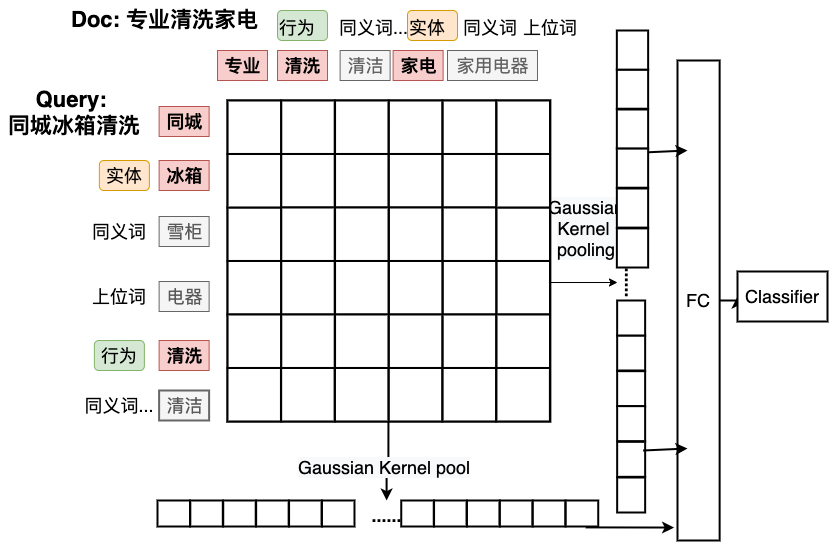
The draw.io diagram Untitled Diagram.png in gouxute/leetcode, before a commit. Source tidied: cells renumbered, new cells last; positions are measured from the earlier drawing's top-left corner, leaving out a move shared by most shapes.
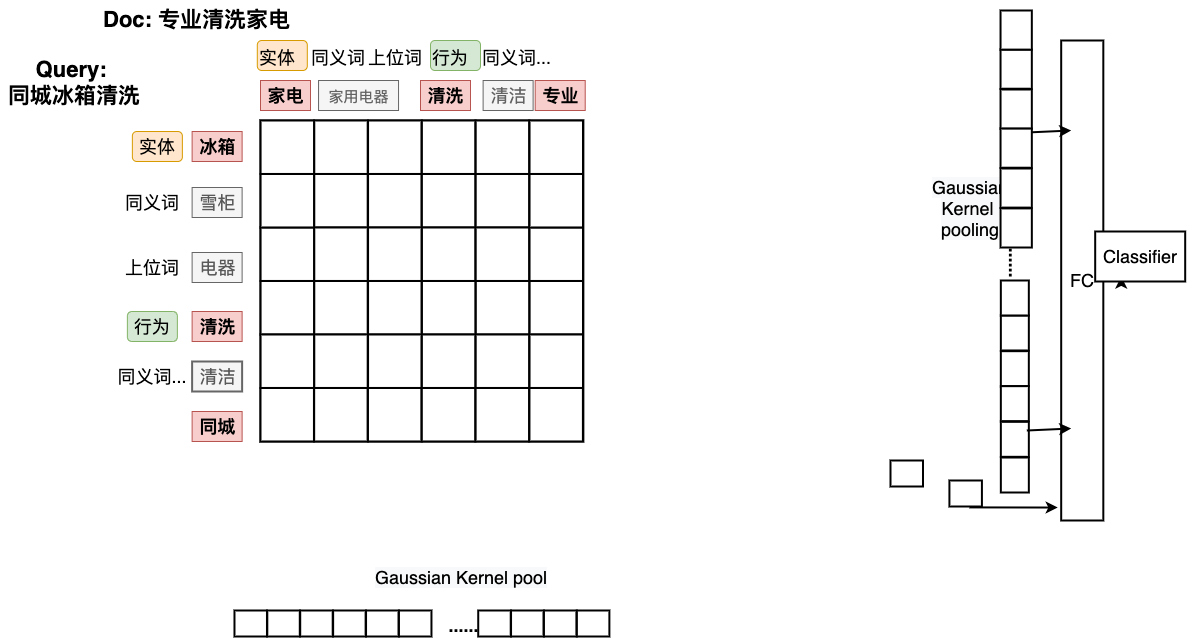
Later version of the same file.

Diff of the diagram source:
```diff
@@ -5,87 +5,83 @@
     <mxCell id="2" value="&lt;meta charset=&quot;utf-8&quot;&gt;&lt;span style=&quot;color: rgb(0, 0, 0); font-family: helvetica; font-size: 18px; font-style: normal; font-weight: 400; letter-spacing: normal; text-indent: 0px; text-transform: none; word-spacing: 0px; display: inline; float: none;&quot;&gt;实体&lt;/span&gt;" style="text;whiteSpace=wrap;html=1;fontSize=18;gradientDirection=north;rounded=1;labelBackgroundColor=none;align=center;verticalAlign=middle;fillColor=#ffe6cc;strokeColor=#d79b00;" parent="1" vertex="1">
-      <mxGeometry x="98.9" y="160" width="50" height="30" as="geometry" />
+      <mxGeometry x="98.9" y="111" width="50" height="30" as="geometry" />
     </mxCell>
     <mxCell id="3" value="&lt;span style=&quot;color: rgb(0, 0, 0); font-family: helvetica; font-size: 18px; font-style: normal; font-weight: 400; letter-spacing: normal; text-indent: 0px; text-transform: none; word-spacing: 0px; display: inline; float: none;&quot;&gt;上位词&lt;/span&gt;" style="text;whiteSpace=wrap;html=1;fontSize=18;labelBackgroundColor=none;align=center;verticalAlign=middle;" parent="1" vertex="1">
-      <mxGeometry x="88.9" y="281" width="60" height="30" as="geometry" />
+      <mxGeometry x="88.9" y="232" width="60" height="30" as="geometry" />
     </mxCell>
     <mxCell id="4" value="&lt;meta charset=&quot;utf-8&quot;&gt;&lt;span style=&quot;color: rgb(0, 0, 0); font-family: helvetica; font-size: 18px; font-style: normal; font-weight: 400; letter-spacing: normal; text-indent: 0px; text-transform: none; word-spacing: 0px; display: inline; float: none;&quot;&gt;同义词&lt;/span&gt;&lt;br style=&quot;color: rgb(0, 0, 0); font-family: helvetica; font-size: 18px; font-style: normal; font-weight: 400; letter-spacing: normal; text-indent: 0px; text-transform: none; word-spacing: 0px;&quot;&gt;" style="text;whiteSpace=wrap;html=1;fontSize=18;labelBackgroundColor=none;align=center;verticalAlign=middle;" parent="1" vertex="1">
-      <mxGeometry x="88.9" y="216" width="60" height="30" as="geometry" />
+      <mxGeometry x="88.9" y="167" width="60" height="30" as="geometry" />
     </mxCell>
     <mxCell id="5" value="&lt;span style=&quot;color: rgb(0, 0, 0); font-family: helvetica; font-size: 18px; font-style: normal; font-weight: 400; letter-spacing: normal; text-indent: 0px; text-transform: none; word-spacing: 0px; display: inline; float: none;&quot;&gt;行为&lt;/span&gt;" style="text;whiteSpace=wrap;html=1;fontSize=18;gradientDirection=north;rounded=1;labelBackgroundColor=none;align=center;verticalAlign=middle;fillColor=#d5e8d4;strokeColor=#82b366;" parent="1" vertex="1">
-      <mxGeometry x="93.9" y="340" width="50" height="30" as="geometry" />
+      <mxGeometry x="93.9" y="291" width="50" height="30" as="geometry" />
     </mxCell>
     <mxCell id="6" value="&lt;span style=&quot;color: rgb(0, 0, 0); font-family: helvetica; font-size: 18px; font-style: normal; font-weight: 400; letter-spacing: normal; text-indent: 0px; text-transform: none; word-spacing: 0px; display: inline; float: none;&quot;&gt;同义词...&lt;/span&gt;" style="text;whiteSpace=wrap;html=1;fontSize=18;labelBackgroundColor=none;align=center;verticalAlign=middle;" parent="1" vertex="1">
-      <mxGeometry x="79.1" y="390" width="79.5" height="30" as="geometry" />
+      <mxGeometry x="79.1" y="341" width="79.5" height="30" as="geometry" />
     </mxCell>
     <mxCell id="7" value="冰箱" style="text;html=1;align=center;verticalAlign=middle;fontSize=18;fontStyle=1;fillColor=#f8cecc;strokeColor=#b85450;" parent="1" vertex="1">
-      <mxGeometry x="158.6" y="160" width="50" height="30" as="geometry" />
+      <mxGeometry x="158.6" y="111" width="50" height="30" as="geometry" />
     </mxCell>
     <mxCell id="8" value="电器" style="text;html=1;align=center;verticalAlign=middle;fontSize=18;fillColor=#f5f5f5;strokeColor=#666666;fontColor=#595959;" parent="1" vertex="1">
-      <mxGeometry x="158.6" y="281" width="50" height="30" as="geometry" />
+      <mxGeometry x="158.6" y="232" width="50" height="30" as="geometry" />
     </mxCell>
     <mxCell id="9" value="清洗" style="text;html=1;align=center;verticalAlign=middle;fontSize=18;fillColor=#f8cecc;strokeColor=#b85450;fontStyle=1;" parent="1" vertex="1">
-      <mxGeometry x="158.6" y="340" width="50" height="30" as="geometry" />
+      <mxGeometry x="158.6" y="291" width="50" height="30" as="geometry" />
     </mxCell>
     <mxCell id="10" value="清洁" style="text;html=1;align=center;verticalAlign=middle;fontSize=18;fillColor=#f5f5f5;strokeColor=#666666;fontColor=#595959;strokeWidth=2;" parent="1" vertex="1">
-      <mxGeometry x="158.6" y="390" width="50" height="30" as="geometry" />
+      <mxGeometry x="158.6" y="341" width="50" height="30" as="geometry" />
     </mxCell>
     <mxCell id="11" value="&lt;font style=&quot;font-size: 18px&quot;&gt;同城&lt;/font&gt;" style="text;html=1;align=center;verticalAlign=middle;fontSize=18;fillColor=#f8cecc;strokeColor=#b85450;fontStyle=1;" parent="1" vertex="1">
-      <mxGeometry x="158.6" y="106" width="50" height="30" as="geometry" />
+      <mxGeometry x="158.6" y="391" width="50" height="30" as="geometry" />
     </mxCell>
     <mxCell id="12" value="雪柜" style="text;html=1;align=center;verticalAlign=middle;fontSize=18;fillColor=#f5f5f5;strokeColor=#666666;fontColor=#595959;" parent="1" vertex="1">
-      <mxGeometry x="158.6" y="216" width="50" height="30" as="geometry" />
+      <mxGeometry x="158.6" y="167" width="50" height="30" as="geometry" />
     </mxCell>
-    <mxCell id="13" style="edgeStyle=orthogonalEdgeStyle;rounded=0;jettySize=auto;html=1;exitX=1;exitY=1;exitDx=0;exitDy=0;fontSize=18;" parent="1" edge="1" source="44" target="84">
-      <mxGeometry relative="1" as="geometry" />
-    </mxCell>
     <mxCell id="14" value="清洗" style="text;html=1;align=center;verticalAlign=middle;fontSize=18;fillColor=#f8cecc;strokeColor=#b85450;fontStyle=1;" parent="1" vertex="1">
-      <mxGeometry x="277" y="50" width="50" height="30" as="geometry" />
+      <mxGeometry x="387" y="60" width="50" height="30" as="geometry" />
     </mxCell>
     <mxCell id="15" value="清洁" style="text;html=1;align=center;verticalAlign=middle;fontSize=18;fillColor=#f5f5f5;strokeColor=#666666;fontColor=#636363;" parent="1" vertex="1">
-      <mxGeometry x="339.6" y="50" width="50" height="30" as="geometry" />
+      <mxGeometry x="449.6" y="60" width="50" height="30" as="geometry" />
     </mxCell>
     <mxCell id="16" value="&lt;span style=&quot;color: rgb(0 , 0 , 0) ; font-family: &amp;#34;helvetica&amp;#34; ; font-size: 18px ; font-style: normal ; font-weight: 400 ; letter-spacing: normal ; text-align: center ; text-indent: 0px ; text-transform: none ; word-spacing: 0px ; display: inline ; float: none&quot;&gt;行为&lt;/span&gt;" style="text;whiteSpace=wrap;html=1;fontSize=18;gradientDirection=north;rounded=1;labelBackgroundColor=none;fillColor=#d5e8d4;strokeColor=#82b366;" parent="1" vertex="1">
-      <mxGeometry x="277" y="10" width="50" height="30" as="geometry" />
+      <mxGeometry x="397" y="20" width="50" height="30" as="geometry" />
     </mxCell>
     <mxCell id="17" value="&lt;span style=&quot;color: rgb(0 , 0 , 0) ; font-family: &amp;#34;helvetica&amp;#34; ; font-size: 18px ; font-style: normal ; font-weight: 400 ; letter-spacing: normal ; text-align: center ; text-indent: 0px ; text-transform: none ; word-spacing: 0px ; display: inline ; float: none&quot;&gt;同义词...&lt;/span&gt;" style="text;whiteSpace=wrap;html=1;fontSize=18;labelBackgroundColor=none;" parent="1" vertex="1">
-      <mxGeometry x="337" y="10" width="79.5" height="30" as="geometry" />
+      <mxGeometry x="447" y="20" width="80" height="30" as="geometry" />
     </mxCell>
-    <mxCell id="18" value="家用电器" style="text;html=1;align=center;verticalAlign=middle;fontSize=18;fillColor=#f5f5f5;strokeColor=#666666;fontColor=#636363;" parent="1" vertex="1">
-      <mxGeometry x="447" y="50" width="90" height="30" as="geometry" />
+    <mxCell id="18" value="&lt;font style=&quot;font-size: 15px&quot;&gt;家用电器&lt;/font&gt;" style="text;html=1;align=center;verticalAlign=middle;fontSize=18;fillColor=#f5f5f5;strokeColor=#666666;fontColor=#636363;" parent="1" vertex="1">
+      <mxGeometry x="285" y="60" width="80" height="30" as="geometry" />
     </mxCell>
     <mxCell id="19" value="&lt;meta charset=&quot;utf-8&quot;&gt;&lt;span style=&quot;color: rgb(0, 0, 0); font-family: helvetica; font-size: 18px; font-style: normal; font-weight: 400; letter-spacing: normal; text-align: center; text-indent: 0px; text-transform: none; word-spacing: 0px; display: inline; float: none;&quot;&gt;实体&lt;/span&gt;" style="text;whiteSpace=wrap;html=1;fontSize=18;gradientDirection=north;rounded=1;labelBackgroundColor=none;fillColor=#ffe6cc;strokeColor=#d79b00;" parent="1" vertex="1">
-      <mxGeometry x="407" y="10" width="50" height="30" as="geometry" />
+      <mxGeometry x="223.8" y="20" width="50" height="30" as="geometry" />
     </mxCell>
     <mxCell id="20" value="&lt;meta charset=&quot;utf-8&quot;&gt;&lt;span style=&quot;color: rgb(0, 0, 0); font-family: helvetica; font-size: 18px; font-style: normal; font-weight: 400; letter-spacing: normal; text-align: center; text-indent: 0px; text-transform: none; word-spacing: 0px; display: inline; float: none;&quot;&gt;同义词&lt;/span&gt;&lt;br style=&quot;color: rgb(0, 0, 0); font-family: helvetica; font-size: 18px; font-style: normal; font-weight: 400; letter-spacing: normal; text-align: center; text-indent: 0px; text-transform: none; word-spacing: 0px;&quot;&gt;" style="text;whiteSpace=wrap;html=1;fontSize=18;labelBackgroundColor=none;" parent="1" vertex="1">
-      <mxGeometry x="461" y="10" width="60" height="30" as="geometry" />
+      <mxGeometry x="276" y="20" width="60" height="30" as="geometry" />
     </mxCell>
     <mxCell id="21" value="&lt;span style=&quot;color: rgb(0, 0, 0); font-family: helvetica; font-size: 18px; font-style: normal; font-weight: 400; letter-spacing: normal; text-align: center; text-indent: 0px; text-transform: none; word-spacing: 0px; display: inline; float: none;&quot;&gt;上位词&lt;/span&gt;" style="text;whiteSpace=wrap;html=1;fontSize=18;labelBackgroundColor=none;" parent="1" vertex="1">
-      <mxGeometry x="521" y="10" width="60" height="30" as="geometry" />
+      <mxGeometry x="332.5" y="20" width="60" height="30" as="geometry" />
     </mxCell>
-    <mxCell id="22" value="家电" style="text;html=1;align=center;verticalAlign=middle;fontSize=18;fillColor=#f8cecc;strokeColor=#b85450;fontStyle=1;" parent="1" vertex="1">
-      <mxGeometry x="392.6" y="50" width="50" height="30" as="geometry" />
+    <mxCell id="22" value="家电" style="text;html=1;align=center;verticalAlign=middle;fontSize=18;fillColor=#f8cecc;strokeColor=#b85450;fontStyle=1;rounded=0;sketch=0;" parent="1" vertex="1">
+      <mxGeometry x="227" y="60" width="50" height="30" as="geometry" />
     </mxCell>
     <mxCell id="23" value="&lt;font style=&quot;font-size: 18px&quot;&gt;专业&lt;br&gt;&lt;/font&gt;" style="text;html=1;align=center;verticalAlign=middle;fontSize=18;fillColor=#f8cecc;strokeColor=#b85450;fontStyle=1;" parent="1" vertex="1">
-      <mxGeometry x="217" y="50" width="50" height="30" as="geometry" />
+      <mxGeometry x="501.7" y="60" width="50" height="30" as="geometry" />
     </mxCell>
     <mxCell id="24" value="&lt;div style=&quot;text-align: center; font-size: 22px;&quot;&gt;&lt;span style=&quot;font-size: 22px;&quot;&gt;&lt;font face=&quot;helvetica&quot; style=&quot;font-size: 22px;&quot;&gt;&lt;b style=&quot;font-size: 22px;&quot;&gt;Doc: 专业清洗家电&lt;/b&gt;&lt;/font&gt;&lt;/span&gt;&lt;/div&gt;" style="text;whiteSpace=wrap;html=1;fontSize=22;labelBackgroundColor=none;" parent="1" vertex="1">
-      <mxGeometry x="68.5" width="198.5" height="30" as="geometry" />
+      <mxGeometry x="68.2" y="-20" width="198.5" height="30" as="geometry" />
     </mxCell>
-    <mxCell id="25" style="edgeStyle=orthogonalEdgeStyle;rounded=0;jettySize=auto;html=1;fontSize=18;exitX=1;exitY=1;exitDx=0;exitDy=0;strokeWidth=2;" parent="1" edge="1" source="63" target="77">
-      <mxGeometry relative="1" as="geometry" />
-    </mxCell>
     <mxCell id="26" value="&lt;span style=&quot;color: rgb(0 , 0 , 0) ; font-family: &amp;#34;helvetica&amp;#34; ; font-size: 18px ; font-style: normal ; font-weight: 400 ; letter-spacing: normal ; text-indent: 0px ; text-transform: none ; word-spacing: 0px ; background-color: rgb(248 , 249 , 250) ; display: inline ; float: none&quot;&gt;Gaussian Kernel &lt;br&gt;pooling&lt;/span&gt;" style="text;whiteSpace=wrap;html=1;fontSize=18;align=center;" parent="1" vertex="1">
-      <mxGeometry x="521" y="190" width="130" height="40" as="geometry" />
+      <mxGeometry x="871.7" y="150" width="130" height="40" as="geometry" />
     </mxCell>
-    <mxCell id="27" style="edgeStyle=orthogonalEdgeStyle;rounded=0;jettySize=auto;html=1;exitX=1;exitY=0.5;exitDx=0;exitDy=0;entryX=0;entryY=0.5;entryDx=0;entryDy=0;fontSize=18;strokeWidth=2;" parent="1" edge="1" source="28" target="29">
-      <mxGeometry relative="1" as="geometry" />
+    <mxCell id="27" style="edgeStyle=orthogonalEdgeStyle;rounded=0;jettySize=auto;html=1;exitX=1;exitY=0.5;exitDx=0;exitDy=0;entryX=0;entryY=0.5;entryDx=0;entryDy=0;fontSize=18;strokeWidth=2;" parent="1" edge="1" source="28">
+      <mxGeometry relative="1" as="geometry">
+        <mxPoint x="1087.7" y="256" as="targetPoint" />
+      </mxGeometry>
     </mxCell>
     <mxCell id="28" value="FC" style="whiteSpace=wrap;html=1;rounded=0;labelBackgroundColor=none;gradientColor=none;fontSize=18;align=center;glass=0;strokeWidth=2;" parent="1" vertex="1">
-      <mxGeometry x="677" y="60" width="42.1" height="480" as="geometry" />
+      <mxGeometry x="1027.7" y="20" width="42.1" height="480" as="geometry" />
     </mxCell>
     <mxCell id="29" value="Classifier" style="whiteSpace=wrap;html=1;rounded=0;glass=0;labelBackgroundColor=none;gradientColor=none;fontSize=18;align=center;strokeWidth=2;" parent="1" vertex="1">
-      <mxGeometry x="737" y="271" width="90" height="50" as="geometry" />
+      <mxGeometry x="1061.7" y="211" width="90" height="50" as="geometry" />
     </mxCell>
     <mxCell id="30" value="&lt;div style=&quot;text-align: center; font-size: 22px;&quot;&gt;&lt;font face=&quot;helvetica&quot; style=&quot;font-size: 22px;&quot;&gt;&lt;b style=&quot;font-size: 22px;&quot;&gt;Query:&lt;/b&gt;&lt;/font&gt;&lt;/div&gt;&lt;div style=&quot;text-align: center; font-size: 22px;&quot;&gt;&lt;font face=&quot;helvetica&quot; style=&quot;font-size: 22px;&quot;&gt;&lt;b style=&quot;font-size: 22px;&quot;&gt;&amp;nbsp;同城冰箱清洗&lt;/b&gt;&lt;/font&gt;&lt;/div&gt;" style="text;whiteSpace=wrap;html=1;fontSize=22;labelBackgroundColor=none;" parent="1" vertex="1">
-      <mxGeometry x="0.5" y="80" width="158.1" height="30" as="geometry" />
+      <mxGeometry x="-33" y="30" width="158.1" height="30" as="geometry" />
     </mxCell>
@@ -203,54 +199,9 @@
     <mxCell id="68" value="&lt;meta charset=&quot;utf-8&quot;&gt;&lt;span style=&quot;color: rgb(0, 0, 0); font-family: helvetica; font-size: 18px; font-style: normal; font-weight: 400; letter-spacing: normal; text-align: center; text-indent: 0px; text-transform: none; word-spacing: 0px; background-color: rgb(248, 249, 250); display: inline; float: none;&quot;&gt;Gaussian Kernel pool&lt;/span&gt;" style="text;whiteSpace=wrap;html=1;fontSize=18;strokeWidth=2;" parent="1" vertex="1">
-      <mxGeometry x="296.1" y="450" width="200" height="40" as="geometry" />
+      <mxGeometry x="340" y="540" width="200" height="40" as="geometry" />
     </mxCell>
-    <mxCell id="69" style="group;strokeWidth=2;" parent="1" vertex="1">
-      <mxGeometry x="168" y="500" width="429.7" height="52" as="geometry" />
-    </mxCell>
-    <mxCell id="70" style="group;strokeWidth=2;" parent="69" vertex="1">
-      <mxGeometry width="225.5" height="52" as="geometry" />
-    </mxCell>
-    <mxCell id="71" style="whiteSpace=wrap;html=1;strokeWidth=2;" parent="70" vertex="1">
-      <mxGeometry x="21.8" width="32.5" height="26" as="geometry" />
-    </mxCell>
-    <mxCell id="72" style="whiteSpace=wrap;html=1;strokeWidth=2;" parent="70" vertex="1">
-      <mxGeometry x="54.7" width="32.5" height="26" as="geometry" />
-    </mxCell>
-    <mxCell id="73" style="whiteSpace=wrap;html=1;strokeWidth=2;" parent="70" vertex="1">
-      <mxGeometry x="87.6" width="32.5" height="26" as="geometry" />
-    </mxCell>
-    <mxCell id="74" style="whiteSpace=wrap;html=1;strokeWidth=2;" parent="70" vertex="1">
-      <mxGeometry x="120.5" width="32.5" height="26" as="geometry" />
-    </mxCell>
-    <mxCell id="75" style="whiteSpace=wrap;html=1;strokeWidth=2;" parent="70" vertex="1">
-      <mxGeometry x="153.4" width="32.5" height="26" as="geometry" />
-    </mxCell>
-    <mxCell id="76" style="whiteSpace=wrap;html=1;strokeWidth=2;" parent="70" vertex="1">
-      <mxGeometry x="-11" width="32.5" height="26" as="geometry" />
-    </mxCell>
-    <mxCell id="77" value="......" style="text;html=1;align=center;verticalAlign=middle;points=[];fontSize=18;fontStyle=1;strokeWidth=2;" parent="70" vertex="1">
-      <mxGeometry x="193" width="50" height="30" as="geometry" />
-    </mxCell>
-    <mxCell id="78" style="whiteSpace=wrap;html=1;strokeWidth=2;" parent="69" vertex="1">
-      <mxGeometry x="265.5" width="32.5" height="26" as="geometry" />
-    </mxCell>
-    <mxCell id="79" style="whiteSpace=wrap;html=1;strokeWidth=2;" parent="69" vertex="1">
-      <mxGeometry x="298.4" width="32.5" height="26" as="geometry" />
-    </mxCell>
-    <mxCell id="80" style="whiteSpace=wrap;html=1;strokeWidth=2;" parent="69" vertex="1">
-      <mxGeometry x="331.3" width="32.5" height="26" as="geometry" />
-    </mxCell>
-    <mxCell id="81" style="whiteSpace=wrap;html=1;strokeWidth=2;" parent="69" vertex="1">
-      <mxGeometry x="364.3" width="32.5" height="26" as="geometry" />
-    </mxCell>
-    <mxCell id="82" style="whiteSpace=wrap;html=1;strokeWidth=2;" parent="69" vertex="1">
-      <mxGeometry x="397.2" width="32.5" height="26" as="geometry" />
-    </mxCell>
-    <mxCell id="83" style="whiteSpace=wrap;html=1;strokeWidth=2;" parent="69" vertex="1">
-      <mxGeometry x="232.7" width="32.5" height="26" as="geometry" />
-    </mxCell>
     <mxCell id="84" value="......" style="text;html=1;align=center;verticalAlign=middle;points=[];fontSize=18;fontStyle=1;rotation=90;strokeWidth=2;" parent="1" vertex="1">
-      <mxGeometry x="607" y="267" width="50" height="30" as="geometry" />
+      <mxGeometry x="957.7" y="227" width="50" height="30" as="geometry" />
     </mxCell>
     <mxCell id="85" style="group;strokeWidth=2;" parent="1" vertex="1">
-      <mxGeometry x="616.4" y="30" width="31.3" height="237" as="geometry" />
+      <mxGeometry x="967.1" y="-10" width="31.3" height="237" as="geometry" />
     </mxCell>
@@ -275,3 +226,3 @@
     <mxCell id="92" style="group;strokeWidth=2;" parent="1" vertex="1">
-      <mxGeometry x="616.7" y="300" width="28" height="212" as="geometry" />
+      <mxGeometry x="967.4" y="260" width="28" height="212" as="geometry" />
     </mxCell>
@@ -296,5 +247,5 @@
     <mxCell id="99" style="endArrow=classic;html=1;fontSize=18;exitX=1;exitY=0.5;exitDx=0;exitDy=0;strokeWidth=2;" parent="1" edge="1">
-      <mxGeometry x="-1267.3" y="752" as="geometry">
-        <mxPoint x="642.7" y="450" as="sourcePoint" />
-        <mxPoint x="687" y="448" as="targetPoint" />
+      <mxGeometry x="-916.6" y="712" as="geometry">
+        <mxPoint x="993.4" y="410" as="sourcePoint" />
+        <mxPoint x="1037.7" y="408" as="targetPoint" />
       </mxGeometry>
@@ -302,5 +253,5 @@
     <mxCell id="100" style="endArrow=classic;html=1;fontSize=18;exitX=1;exitY=0.5;exitDx=0;exitDy=0;strokeWidth=2;" parent="1" edge="1">
-      <mxGeometry x="-1262.3" y="453.7" as="geometry">
-        <mxPoint x="647.6" y="151.8" as="sourcePoint" />
-        <mxPoint x="687" y="150" as="targetPoint" />
+      <mxGeometry x="-911.7" y="413.7" as="geometry">
+        <mxPoint x="998.3" y="111.8" as="sourcePoint" />
+        <mxPoint x="1037.7" y="110" as="targetPoint" />
       </mxGeometry>
@@ -308,6 +259,45 @@
     <mxCell id="101" style="endArrow=classic;html=1;fontSize=18;exitX=1;exitY=0.5;exitDx=0;exitDy=0;entryX=-0.081;entryY=0.973;entryDx=0;entryDy=0;entryPerimeter=0;strokeWidth=2;" parent="1" edge="1" target="28">
-      <mxGeometry x="-1324.7" y="828.9" as="geometry">
-        <mxPoint x="585.3" y="526.9" as="sourcePoint" />
+      <mxGeometry x="-974" y="788.9" as="geometry">
+        <mxPoint x="936" y="486.9" as="sourcePoint" />
       </mxGeometry>
     </mxCell>
+    <mxCell id="78" style="whiteSpace=wrap;html=1;strokeWidth=2;" parent="1" vertex="1">
+      <mxGeometry x="477.5" y="590" width="32.5" height="26" as="geometry" />
+    </mxCell>
+    <mxCell id="79" style="whiteSpace=wrap;html=1;strokeWidth=2;" parent="1" vertex="1">
+      <mxGeometry x="510.5" y="590" width="32.5" height="26" as="geometry" />
+    </mxCell>
+    <mxCell id="80" style="whiteSpace=wrap;html=1;strokeWidth=2;" parent="1" vertex="1">
+      <mxGeometry x="543.4" y="590" width="32.5" height="26" as="geometry" />
+    </mxCell>
+    <mxCell id="81" style="whiteSpace=wrap;html=1;strokeWidth=2;" parent="1" vertex="1">
+      <mxGeometry x="857" y="440" width="32.5" height="26" as="geometry" />
+    </mxCell>
+    <mxCell id="82" style="whiteSpace=wrap;html=1;strokeWidth=2;" parent="1" vertex="1">
+      <mxGeometry x="915.9" y="460" width="32.5" height="26" as="geometry" />
+    </mxCell>
+    <mxCell id="83" style="whiteSpace=wrap;html=1;strokeWidth=2;" parent="1" vertex="1">
+      <mxGeometry x="444.7" y="590" width="32.5" height="26" as="geometry" />
+    </mxCell>
+    <mxCell id="71" style="whiteSpace=wrap;html=1;strokeWidth=2;" parent="1" vertex="1">
+      <mxGeometry x="233.8" y="590" width="32.5" height="26" as="geometry" />
+    </mxCell>
+    <mxCell id="72" style="whiteSpace=wrap;html=1;strokeWidth=2;" parent="1" vertex="1">
+      <mxGeometry x="266.7" y="590" width="32.5" height="26" as="geometry" />
+    </mxCell>
+    <mxCell id="73" style="whiteSpace=wrap;html=1;strokeWidth=2;" parent="1" vertex="1">
+      <mxGeometry x="299.6" y="590" width="32.5" height="26" as="geometry" />
+    </mxCell>
+    <mxCell id="74" style="whiteSpace=wrap;html=1;strokeWidth=2;" parent="1" vertex="1">
+      <mxGeometry x="332.5" y="590" width="32.5" height="26" as="geometry" />
+    </mxCell>
+    <mxCell id="75" style="whiteSpace=wrap;html=1;strokeWidth=2;" parent="1" vertex="1">
+      <mxGeometry x="365.5" y="590" width="32.5" height="26" as="geometry" />
+    </mxCell>
+    <mxCell id="76" style="whiteSpace=wrap;html=1;strokeWidth=2;" parent="1" vertex="1">
+      <mxGeometry x="201" y="590" width="32.5" height="26" as="geometry" />
+    </mxCell>
+    <mxCell id="77" value="......" style="text;html=1;align=center;verticalAlign=middle;points=[];fontSize=18;fontStyle=1;strokeWidth=2;" parent="1" vertex="1">
+      <mxGeometry x="405.1" y="590" width="50" height="30" as="geometry" />
+    </mxCell>
   </root>
```
